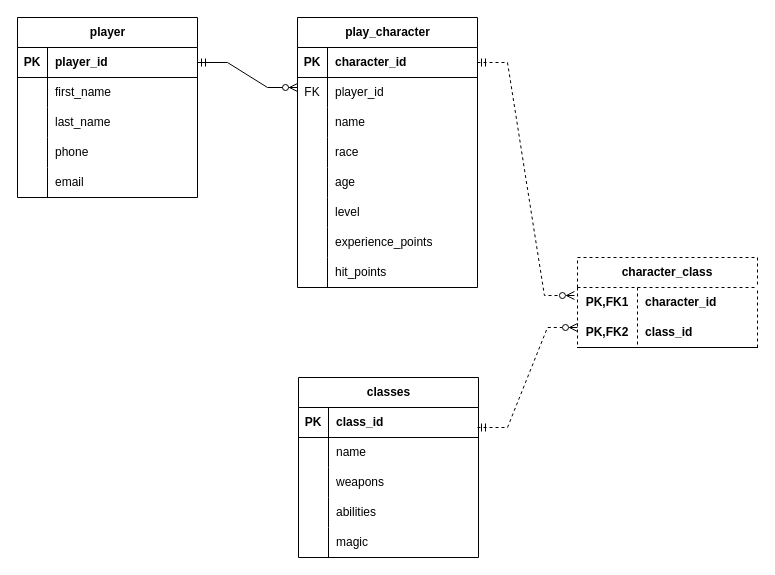
The draw.io diagram rpg.drawio in cwahlund/simple-rpg-tracker, before the edit. Source tidied: cells renumbered, new cells numbered last; positions are measured from the earlier drawing's top-left corner, leaving out a move shared by most shapes. Both pictures are drawn from the tidied source at 100%, with x=0, y=0 at pixel (17, 17).
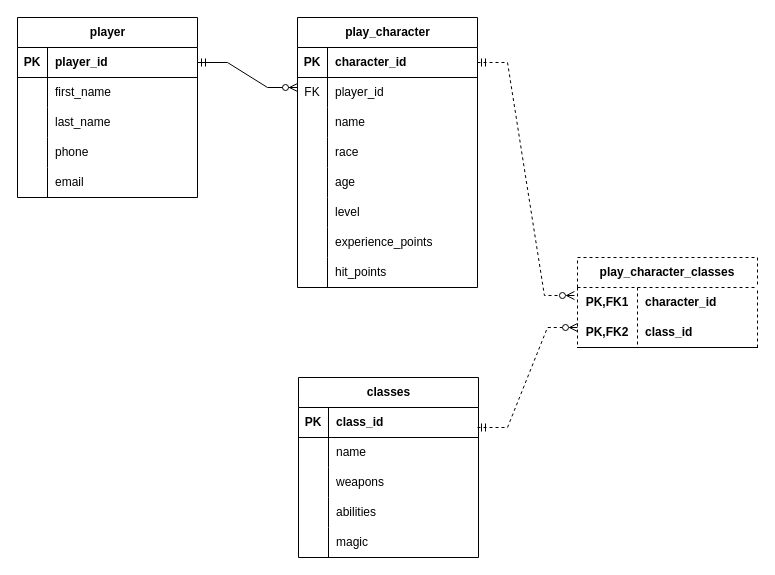
The same page after the edit.

Commit message (it also covers changes not shown here):
Added character get mapping and methods

What changed in the source:
```diff
@@
-    <mxCell id="59" value="character_class" style="shape=table;startSize=30;childLayout=tableLayout;rowLines=0;fontStyle=1;align=center;html=1;whiteSpace=wrap;dashed=1;" parent="1" vertex="1">
+    <mxCell id="59" value="play_character_classes" style="shape=table;startSize=30;childLayout=tableLayout;rowLines=0;fontStyle=1;align=center;html=1;whiteSpace=wrap;dashed=1;" parent="1" vertex="1">
       <mxGeometry x="560" y="240" width="180" height="90" as="geometry" />
     </mxCell>
```
